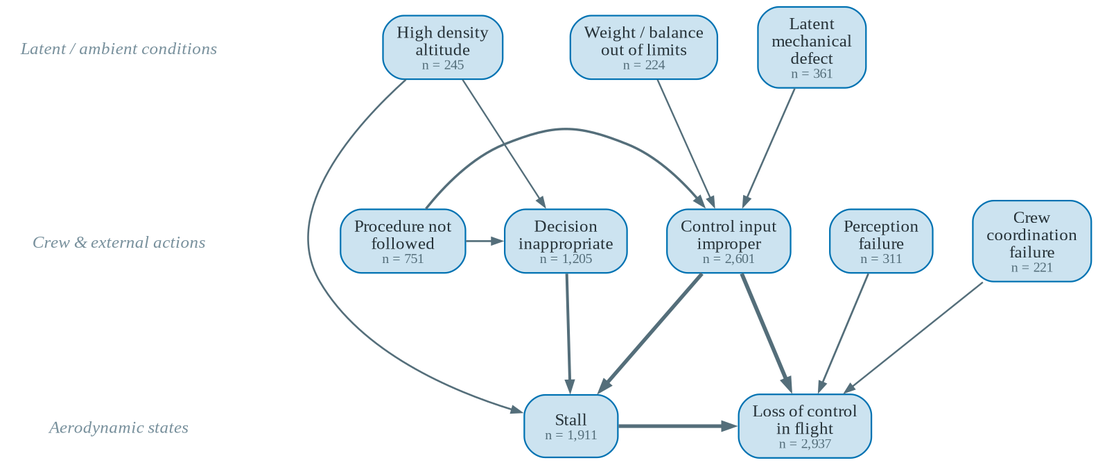
The Graphviz diagram event_extraction/out/causation_kg/figures/dag_LOC-I_top.png in YutianPangASU/AviationSafetyReportKnowledgeGraph, before a commit. Its source is kept beside it as event_extraction/out/causation_kg/figures/dag_LOC-I_top.gv.
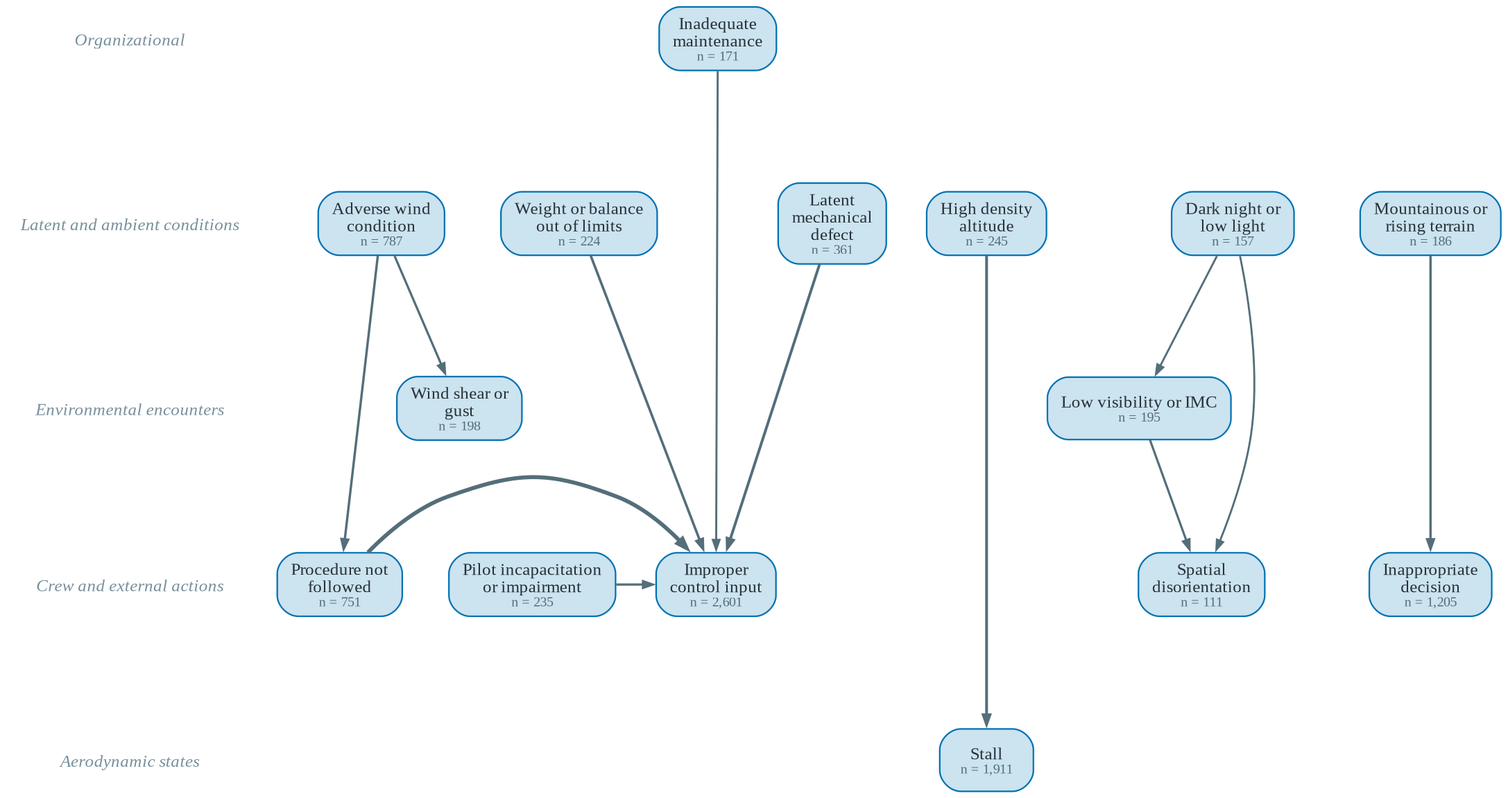
The same diagram one commit later.

What changed in the source:
```diff
@@ -3,34 +3,45 @@
   bgcolor="white";
   node [shape=box, style="rounded,filled", fillcolor="#CCE3F0", color="#0072B2", penwidth=0.9, fontname="Liberation Serif", fontsize=10, fontcolor="#263238", margin="0.11,0.06"];
   edge [color="#546E7A", arrowsize=0.55, fontname="Liberation Serif", fontsize=8, fontcolor="#546E7A"];
-  tier1 [shape=plaintext, style="", fillcolor=none, fontname="Liberation Serif Italic", fontsize=10, fontcolor="#78909C", label="Latent / ambient conditions"];
-  { rank=same; tier1; "LATENT_MECHANICAL_DEFECT" "AIRCRAFT_WEIGHT_OR_BALANCE_OUT_OF_LIMITS" "HIGH_DENSITY_ALTITUDE" }
-  tier3 [shape=plaintext, style="", fillcolor=none, fontname="Liberation Serif Italic", fontsize=10, fontcolor="#78909C", label="Crew & external actions"];
-  { rank=same; tier3; "DECISION_INAPPROPRIATE" "CONTROL_INPUT_IMPROPER" "PROCEDURE_NOT_FOLLOWED" "PERCEPTION_FAILURE" "CREW_COORDINATION_FAILURE" }
-  tier1 -> tier3 [style=invis];
+  tier0 [shape=plaintext, style="", fillcolor=none, fontname="Liberation Serif Italic", fontsize=10, fontcolor="#78909C", label="Organizational"];
+  { rank=same; tier0; "MAINTENANCE_INADEQUATE" }
+  tier1 [shape=plaintext, style="", fillcolor=none, fontname="Liberation Serif Italic", fontsize=10, fontcolor="#78909C", label="Latent and ambient conditions"];
+  { rank=same; tier1; "LATENT_MECHANICAL_DEFECT" "AIRCRAFT_WEIGHT_OR_BALANCE_OUT_OF_LIMITS" "HIGH_DENSITY_ALTITUDE" "ADVERSE_WIND_CONDITION" "DARK_NIGHT_OR_LOW_LIGHT" "MOUNTAINOUS_OR_RISING_TERRAIN" }
+  tier0 -> tier1 [style=invis];
+  tier2 [shape=plaintext, style="", fillcolor=none, fontname="Liberation Serif Italic", fontsize=10, fontcolor="#78909C", label="Environmental encounters"];
+  { rank=same; tier2; "LOW_VISIBILITY_OR_IMC" "WIND_SHEAR_OR_GUST" }
+  tier1 -> tier2 [style=invis];
+  tier3 [shape=plaintext, style="", fillcolor=none, fontname="Liberation Serif Italic", fontsize=10, fontcolor="#78909C", label="Crew and external actions"];
+  { rank=same; tier3; "DECISION_INAPPROPRIATE" "CONTROL_INPUT_IMPROPER" "PROCEDURE_NOT_FOLLOWED" "SPATIAL_DISORIENTATION" "PILOT_INCAPACITATION_OR_IMPAIRMENT" }
+  tier2 -> tier3 [style=invis];
   tier5 [shape=plaintext, style="", fillcolor=none, fontname="Liberation Serif Italic", fontsize=10, fontcolor="#78909C", label="Aerodynamic states"];
-  { rank=same; tier5; "STALL" "LOSS_OF_CONTROL_INFLIGHT" }
+  { rank=same; tier5; "STALL" }
   tier3 -> tier5 [style=invis];
-  "AIRCRAFT_WEIGHT_OR_BALANCE_OUT_OF_LIMITS" [label=<Weight / balance<br/>out of limits<br/><font point-size="8" color="#546E7A">n = 224</font>>];
-  "CONTROL_INPUT_IMPROPER" [label=<Control input<br/>improper<br/><font point-size="8" color="#546E7A">n = 2,601</font>>];
-  "CREW_COORDINATION_FAILURE" [label=<Crew<br/>coordination<br/>failure<br/><font point-size="8" color="#546E7A">n = 221</font>>];
-  "DECISION_INAPPROPRIATE" [label=<Decision<br/>inappropriate<br/><font point-size="8" color="#546E7A">n = 1,205</font>>];
+  "ADVERSE_WIND_CONDITION" [label=<Adverse wind<br/>condition<br/><font point-size="8" color="#546E7A">n = 787</font>>];
+  "AIRCRAFT_WEIGHT_OR_BALANCE_OUT_OF_LIMITS" [label=<Weight or balance<br/>out of limits<br/><font point-size="8" color="#546E7A">n = 224</font>>];
+  "CONTROL_INPUT_IMPROPER" [label=<Improper<br/>control input<br/><font point-size="8" color="#546E7A">n = 2,601</font>>];
+  "DARK_NIGHT_OR_LOW_LIGHT" [label=<Dark night or<br/>low light<br/><font point-size="8" color="#546E7A">n = 157</font>>];
+  "DECISION_INAPPROPRIATE" [label=<Inappropriate<br/>decision<br/><font point-size="8" color="#546E7A">n = 1,205</font>>];
   "HIGH_DENSITY_ALTITUDE" [label=<High density<br/>altitude<br/><font point-size="8" color="#546E7A">n = 245</font>>];
   "LATENT_MECHANICAL_DEFECT" [label=<Latent<br/>mechanical<br/>defect<br/><font point-size="8" color="#546E7A">n = 361</font>>];
-  "LOSS_OF_CONTROL_INFLIGHT" [label=<Loss of control<br/>in flight<br/><font point-size="8" color="#546E7A">n = 2,937</font>>];
-  "PERCEPTION_FAILURE" [label=<Perception<br/>failure<br/><font point-size="8" color="#546E7A">n = 311</font>>];
+  "LOW_VISIBILITY_OR_IMC" [label=<Low visibility or IMC<br/><font point-size="8" color="#546E7A">n = 195</font>>];
+  "MAINTENANCE_INADEQUATE" [label=<Inadequate<br/>maintenance<br/><font point-size="8" color="#546E7A">n = 171</font>>];
+  "MOUNTAINOUS_OR_RISING_TERRAIN" [label=<Mountainous or<br/>rising terrain<br/><font point-size="8" color="#546E7A">n = 186</font>>];
+  "PILOT_INCAPACITATION_OR_IMPAIRMENT" [label=<Pilot incapacitation<br/>or impairment<br/><font point-size="8" color="#546E7A">n = 235</font>>];
   "PROCEDURE_NOT_FOLLOWED" [label=<Procedure not<br/>followed<br/><font point-size="8" color="#546E7A">n = 751</font>>];
+  "SPATIAL_DISORIENTATION" [label=<Spatial<br/>disorientation<br/><font point-size="8" color="#546E7A">n = 111</font>>];
   "STALL" [label=<Stall<br/><font point-size="8" color="#546E7A">n = 1,911</font>>];
-  "CONTROL_INPUT_IMPROPER" -> "LOSS_OF_CONTROL_INFLIGHT" [penwidth=2.30, style=solid, tooltip="CONTROL_INPUT_IMPROPER -> LOSS_OF_CONTROL_INFLIGHT: support 1,830, stability 0.00"];
-  "CONTROL_INPUT_IMPROPER" -> "STALL" [penwidth=2.16, style=solid, tooltip="CONTROL_INPUT_IMPROPER -> STALL: support 1,560, stability 0.00"];
-  "STALL" -> "LOSS_OF_CONTROL_INFLIGHT" [penwidth=2.08, style=solid, tooltip="STALL -> LOSS_OF_CONTROL_INFLIGHT: support 1,407, stability 0.00"];
-  "DECISION_INAPPROPRIATE" -> "STALL" [penwidth=1.61, style=solid, tooltip="DECISION_INAPPROPRIATE -> STALL: support 697, stability 0.00"];
-  "PROCEDURE_NOT_FOLLOWED" -> "CONTROL_INPUT_IMPROPER" [penwidth=1.38, style=solid, tooltip="PROCEDURE_NOT_FOLLOWED -> CONTROL_INPUT_IMPROPER: support 434, stability 0.90"];
-  "PERCEPTION_FAILURE" -> "LOSS_OF_CONTROL_INFLIGHT" [penwidth=1.10, style=solid, tooltip="PERCEPTION_FAILURE -> LOSS_OF_CONTROL_INFLIGHT: support 201, stability 0.00"];
-  "PROCEDURE_NOT_FOLLOWED" -> "DECISION_INAPPROPRIATE" [penwidth=1.07, style=solid, tooltip="PROCEDURE_NOT_FOLLOWED -> DECISION_INAPPROPRIATE: support 185, stability 0.47"];
-  "HIGH_DENSITY_ALTITUDE" -> "STALL" [penwidth=1.04, style=solid, tooltip="HIGH_DENSITY_ALTITUDE -> STALL: support 165, stability 0.73"];
-  "LATENT_MECHANICAL_DEFECT" -> "CONTROL_INPUT_IMPROPER" [penwidth=1.03, style=solid, tooltip="LATENT_MECHANICAL_DEFECT -> CONTROL_INPUT_IMPROPER: support 156, stability 0.90"];
-  "CREW_COORDINATION_FAILURE" -> "LOSS_OF_CONTROL_INFLIGHT" [penwidth=0.97, style=solid, tooltip="CREW_COORDINATION_FAILURE -> LOSS_OF_CONTROL_INFLIGHT: support 126, stability 0.33"];
-  "AIRCRAFT_WEIGHT_OR_BALANCE_OUT_OF_LIMITS" -> "CONTROL_INPUT_IMPROPER" [penwidth=0.96, style=solid, tooltip="AIRCRAFT_WEIGHT_OR_BALANCE_OUT_OF_LIMITS -> CONTROL_INPUT_IMPROPER: support 121, stability 0.50"];
-  "HIGH_DENSITY_ALTITUDE" -> "DECISION_INAPPROPRIATE" [penwidth=0.93, style=solid, tooltip="HIGH_DENSITY_ALTITUDE -> DECISION_INAPPROPRIATE: support 106, stability 0.40"];
+  "WIND_SHEAR_OR_GUST" [label=<Wind shear or<br/>gust<br/><font point-size="8" color="#546E7A">n = 198</font>>];
+  "PROCEDURE_NOT_FOLLOWED" -> "CONTROL_INPUT_IMPROPER" [penwidth=2.30, style=solid, tooltip="PROCEDURE_NOT_FOLLOWED -> CONTROL_INPUT_IMPROPER: support 434, stability 0.90"];
+  "HIGH_DENSITY_ALTITUDE" -> "STALL" [penwidth=1.61, style=solid, tooltip="HIGH_DENSITY_ALTITUDE -> STALL: support 165, stability 0.73"];
+  "LATENT_MECHANICAL_DEFECT" -> "CONTROL_INPUT_IMPROPER" [penwidth=1.58, style=solid, tooltip="LATENT_MECHANICAL_DEFECT -> CONTROL_INPUT_IMPROPER: support 156, stability 0.90"];
+  "AIRCRAFT_WEIGHT_OR_BALANCE_OUT_OF_LIMITS" -> "CONTROL_INPUT_IMPROPER" [penwidth=1.45, style=solid, tooltip="AIRCRAFT_WEIGHT_OR_BALANCE_OUT_OF_LIMITS -> CONTROL_INPUT_IMPROPER: support 121, stability 0.50"];
+  "ADVERSE_WIND_CONDITION" -> "PROCEDURE_NOT_FOLLOWED" [penwidth=1.37, style=solid, tooltip="ADVERSE_WIND_CONDITION -> PROCEDURE_NOT_FOLLOWED: support 101, stability 0.57"];
+  "MOUNTAINOUS_OR_RISING_TERRAIN" -> "DECISION_INAPPROPRIATE" [penwidth=1.36, style=solid, tooltip="MOUNTAINOUS_OR_RISING_TERRAIN -> DECISION_INAPPROPRIATE: support 100, stability 1.00"];
+  "PILOT_INCAPACITATION_OR_IMPAIRMENT" -> "CONTROL_INPUT_IMPROPER" [penwidth=1.32, style=solid, tooltip="PILOT_INCAPACITATION_OR_IMPAIRMENT -> CONTROL_INPUT_IMPROPER: support 90, stability 1.00"];
+  "ADVERSE_WIND_CONDITION" -> "WIND_SHEAR_OR_GUST" [penwidth=1.30, style=solid, tooltip="ADVERSE_WIND_CONDITION -> WIND_SHEAR_OR_GUST: support 86, stability 0.73"];
+  "LOW_VISIBILITY_OR_IMC" -> "SPATIAL_DISORIENTATION" [penwidth=1.28, style=solid, tooltip="LOW_VISIBILITY_OR_IMC -> SPATIAL_DISORIENTATION: support 82, stability 0.53"];
+  "MAINTENANCE_INADEQUATE" -> "CONTROL_INPUT_IMPROPER" [penwidth=1.16, style=solid, tooltip="MAINTENANCE_INADEQUATE -> CONTROL_INPUT_IMPROPER: support 58, stability 0.73"];
+  "DARK_NIGHT_OR_LOW_LIGHT" -> "LOW_VISIBILITY_OR_IMC" [penwidth=1.14, style=solid, tooltip="DARK_NIGHT_OR_LOW_LIGHT -> LOW_VISIBILITY_OR_IMC: support 55, stability 0.73"];
+  "DARK_NIGHT_OR_LOW_LIGHT" -> "SPATIAL_DISORIENTATION" [penwidth=1.13, style=solid, tooltip="DARK_NIGHT_OR_LOW_LIGHT -> SPATIAL_DISORIENTATION: support 53, stability 0.83"];
 }
```
